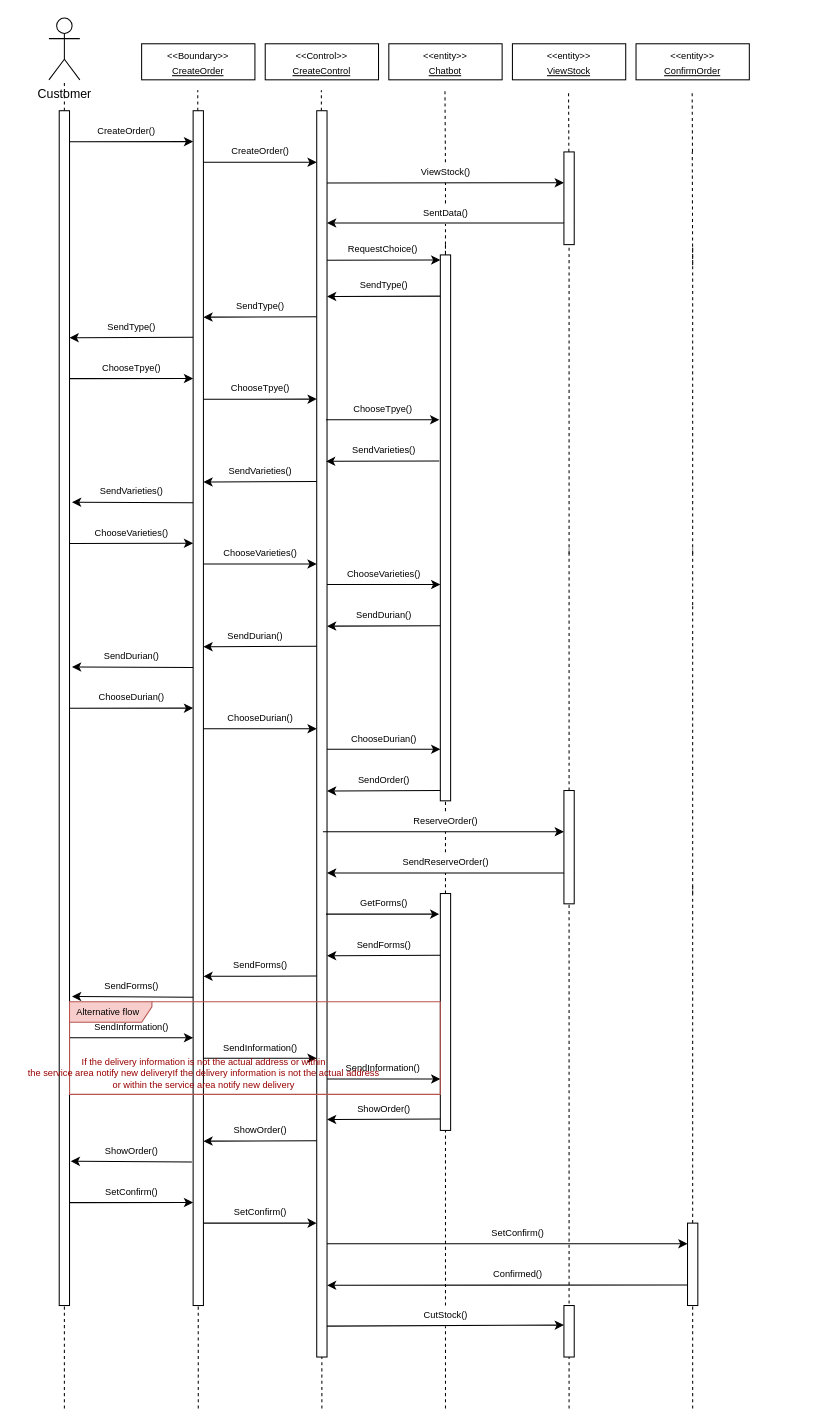
Before: page "Sequence Diagram" (1 of 2) of Create Order.drawio in munkeawtoast/isad-diagrams, a draw.io diagram. Source tidied: cells renumbered, new cells numbered last; positions are measured from the earlier drawing's top-left corner, leaving out a move shared by most shapes. Both pictures are drawn from the tidied source at 103%, with x=0, y=0 at pixel (18, 18).
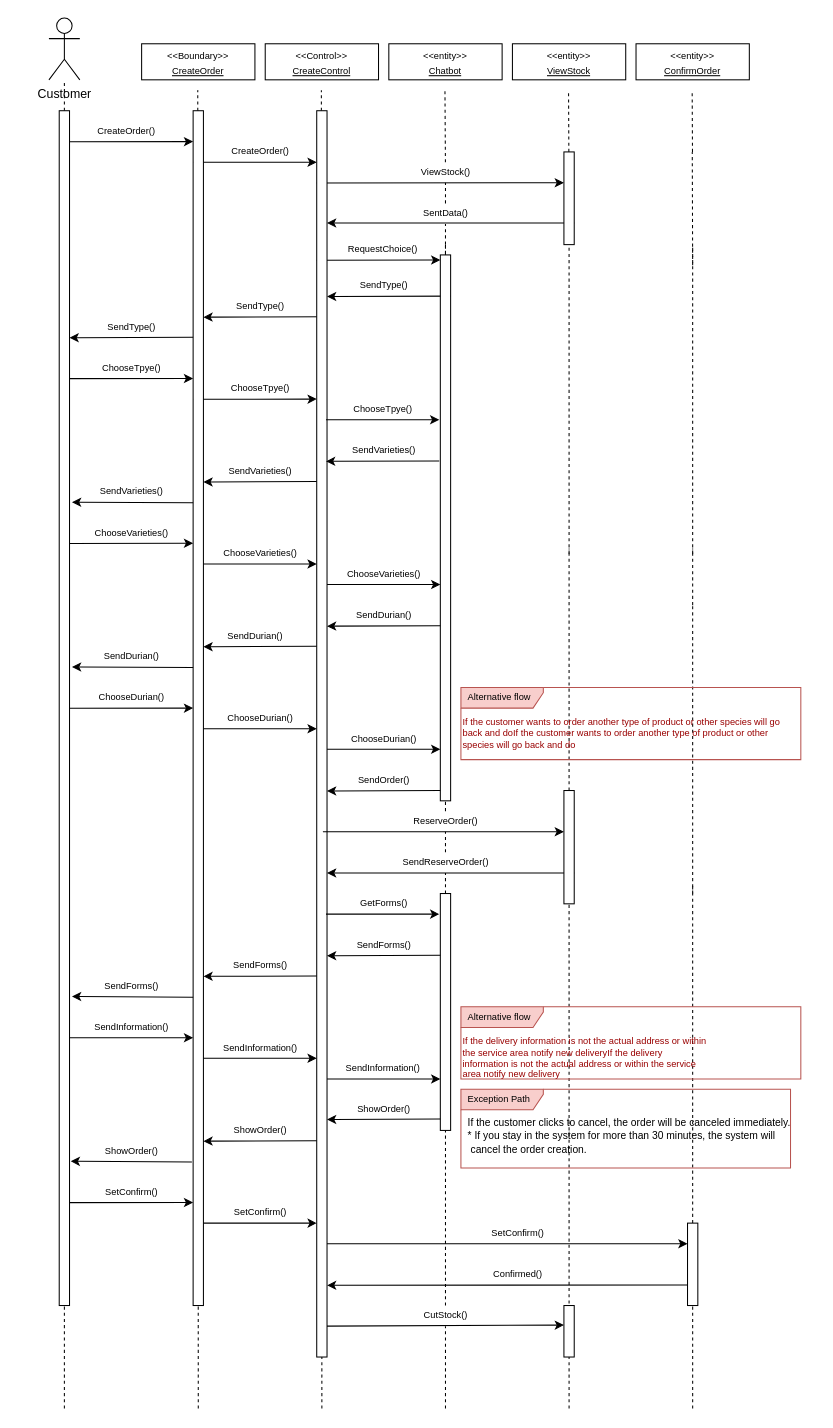
The same page after the edit.

Diff of the diagram source:
```diff
@@
     <mxCell id="135" value="&lt;font style=&quot;font-size: 9px;&quot;&gt;Alternative flow&lt;/font&gt;" style="shape=umlFrame;whiteSpace=wrap;html=1;width=80;height=20;boundedLbl=1;verticalAlign=middle;align=left;spacingLeft=5;strokeWidth=1;fontSize=9;fillColor=#f8cecc;strokeColor=#b85450;" parent="1" vertex="1">
-      <mxGeometry x="50" y="955" width="360" height="90" as="geometry" />
+      <mxGeometry x="430" y="960" width="330" height="70" as="geometry" />
     </mxCell>
-    <mxCell id="136" value="If the delivery information is not the actual address or within &lt;br&gt;the service area notify new deliveryIf the delivery information is not the actual address &lt;br&gt;or within the service area notify new delivery" style="text;html=1;align=center;verticalAlign=middle;fontSize=9;fontColor=#990000;" parent="1" vertex="1">
-      <mxGeometry y="1000" width="360" height="50" as="geometry" />
+    <mxCell id="136" value="If the delivery information is not the actual address or within &lt;br&gt;the service area notify new deliveryIf the delivery &lt;br&gt;information is not the actual address or within the service &lt;br&gt;area notify new delivery" style="text;html=1;align=left;verticalAlign=middle;fontSize=9;fontColor=#990000;" parent="1" vertex="1">
+      <mxGeometry x="430" y="980" width="260" height="60" as="geometry" />
     </mxCell>
+    <mxCell id="137" value="&lt;font color=&quot;#000000&quot; style=&quot;font-size: 9px;&quot;&gt;Exception Path&lt;/font&gt;" style="shape=umlFrame;whiteSpace=wrap;html=1;width=80;height=20;boundedLbl=1;verticalAlign=middle;align=left;spacingLeft=5;strokeWidth=1;fontSize=9;fillColor=#f8cecc;strokeColor=#b85450;" parent="1" vertex="1">
+      <mxGeometry x="430" y="1040" width="320" height="76.5" as="geometry" />
+    </mxCell>
+    <mxCell id="138" value="&lt;div&gt;&lt;font size=&quot;1&quot;&gt;If the customer clicks to cancel, the order will be&amp;nbsp;&lt;/font&gt;&lt;span style=&quot;font-size: x-small; background-color: initial;&quot;&gt;canceled immediately.&lt;/span&gt;&lt;/div&gt;&lt;div&gt;&lt;font size=&quot;1&quot;&gt;* If you stay in the system for more than 30 minutes, the system will&lt;/font&gt;&lt;/div&gt;&lt;div&gt;&lt;font size=&quot;1&quot;&gt;&amp;nbsp;cancel the order creation.&lt;/font&gt;&lt;/div&gt;" style="text;html=1;align=left;verticalAlign=middle;strokeColor=none;fillColor=none;fontSize=11;" parent="1" vertex="1">
+      <mxGeometry x="435" y="1060" width="340" height="50" as="geometry" />
+    </mxCell>
+    <mxCell id="139" value="&lt;font style=&quot;font-size: 9px;&quot;&gt;Alternative flow&lt;/font&gt;" style="shape=umlFrame;whiteSpace=wrap;html=1;width=80;height=20;boundedLbl=1;verticalAlign=middle;align=left;spacingLeft=5;strokeWidth=1;fontSize=9;fillColor=#f8cecc;strokeColor=#b85450;" parent="1" vertex="1">
+      <mxGeometry x="430" y="650" width="330" height="70" as="geometry" />
+    </mxCell>
+    <mxCell id="140" value="If the customer wants to order another type of product or other species will go &lt;br&gt;back and doIf the customer wants to order another type of product or other &lt;br&gt;species will go back and do" style="text;html=1;align=left;verticalAlign=middle;fontSize=9;fontColor=#990000;" parent="1" vertex="1">
+      <mxGeometry x="430" y="670" width="330" height="50" as="geometry" />
+    </mxCell>
```
